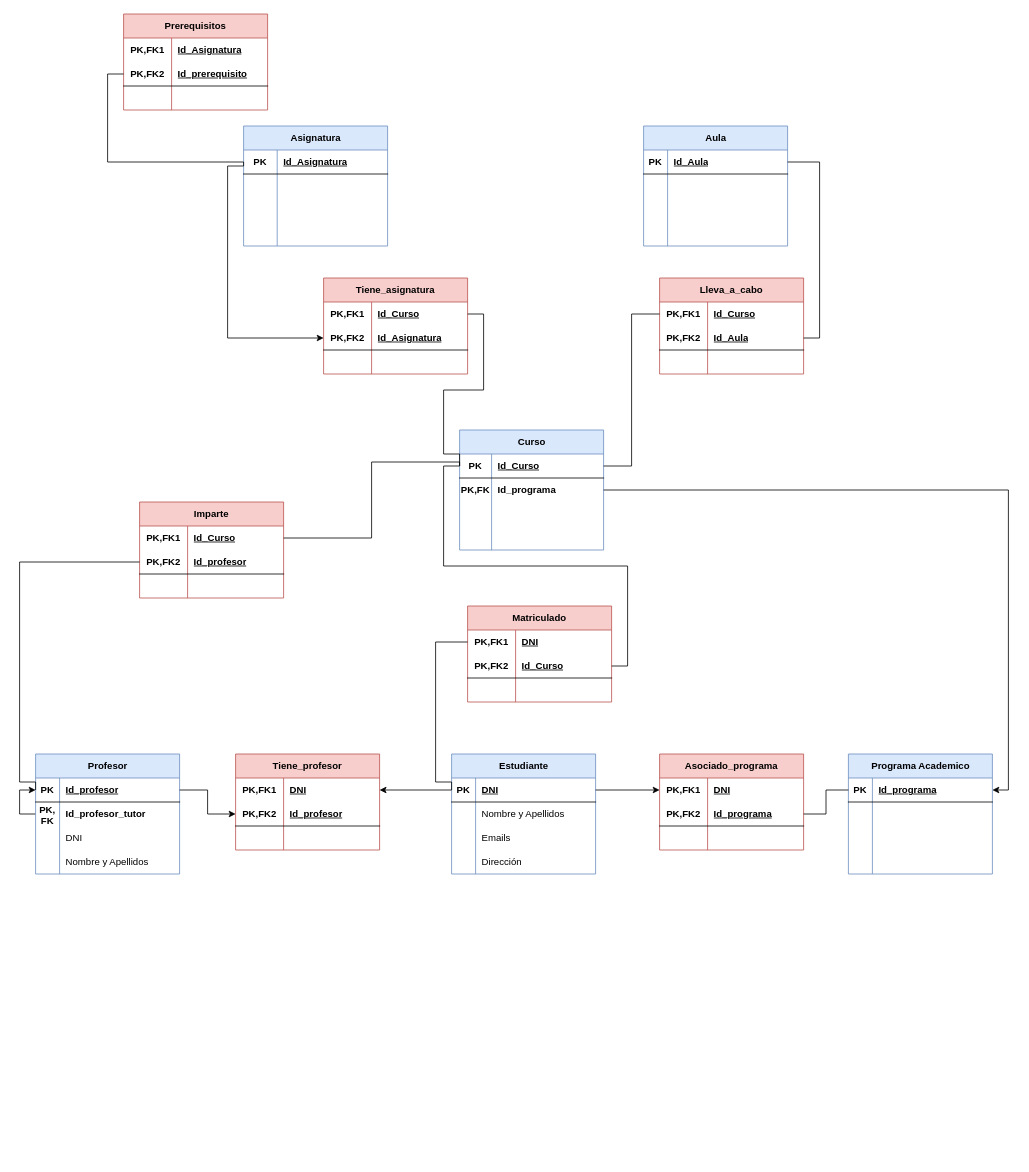
Earlier version of the draw.io diagram Unidad-1/modelo_relacional.drawio (jdrguez/2-Daw). Source tidied: cells renumbered, new cells numbered last; positions are measured from the earlier drawing's top-left corner, leaving out a move shared by most shapes. Both pictures are drawn from the tidied source at 80%, with x=0, y=0 at pixel (19, 14).
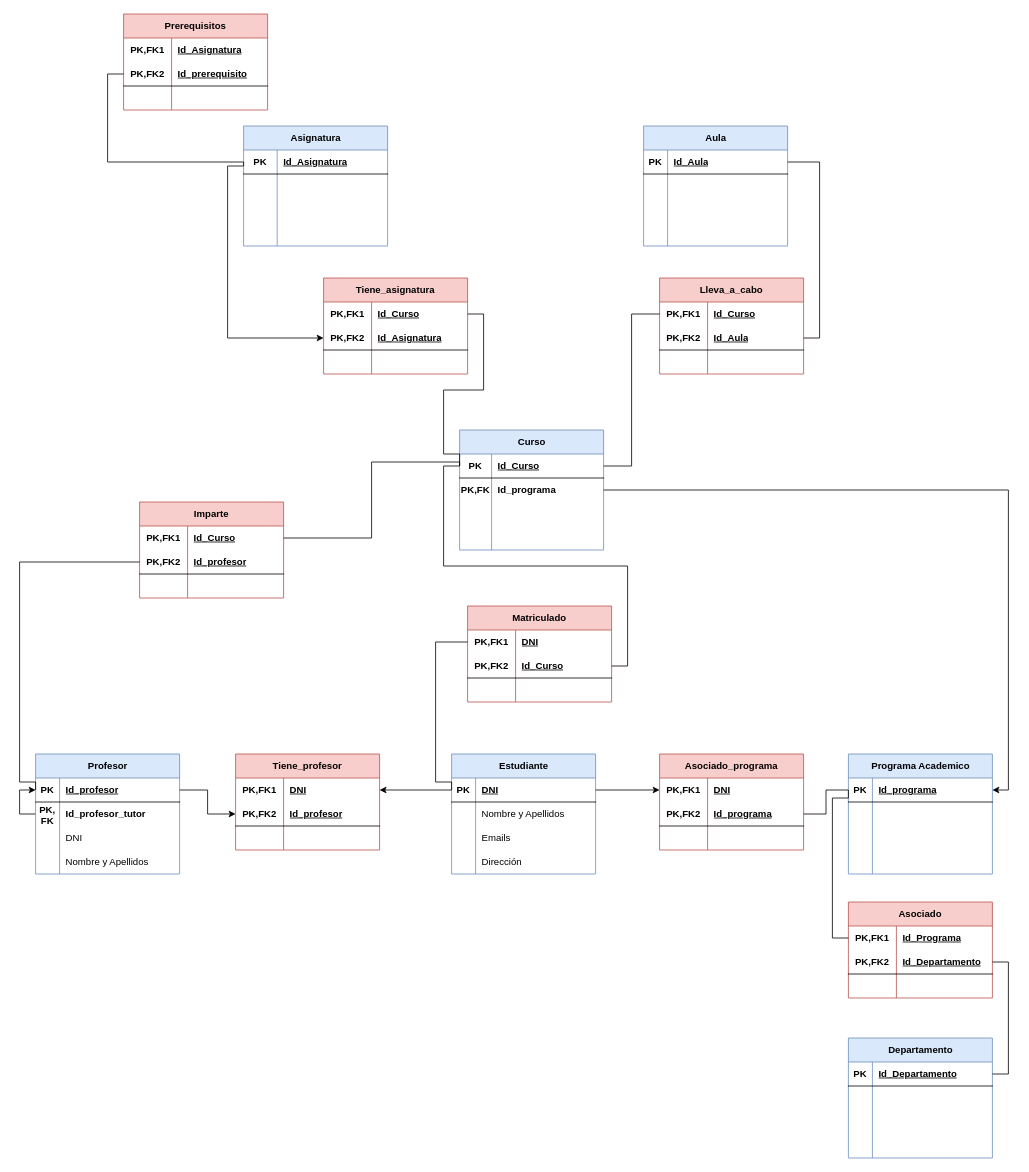
After the change.

Unchanged cells that the change refers to:
```xml
<mxCell id="42" style="shape=tableRow;horizontal=0;startSize=0;swimlaneHead=0;swimlaneBody=0;fillColor=none;points=[[0,0.5],[1,0.5]];portConstraint=eastwest;top=0;left=0;right=0;bottom=1;" parent="41" vertex="1">
  <mxGeometry y="30" width="180" height="30" as="geometry" />
</mxCell>
```

Change to the diagram source:
```diff
@@
+    <mxCell id="165" value="Departamento" style="shape=table;startSize=30;childLayout=tableLayout;rowLines=0;fontStyle=1;align=center;html=1;fillColor=#dae8fc;strokeColor=#6c8ebf;" parent="1" vertex="1">
+      <mxGeometry x="1036" y="1280" width="180" height="150" as="geometry" />
+    </mxCell>
+    <mxCell id="166" style="shape=tableRow;horizontal=0;startSize=0;swimlaneHead=0;swimlaneBody=0;fillColor=none;points=[[0,0.5],[1,0.5]];portConstraint=eastwest;top=0;left=0;right=0;bottom=1;" parent="165" vertex="1">
+      <mxGeometry y="30" width="180" height="30" as="geometry" />
+    </mxCell>
+    <mxCell id="167" value="PK" style="shape=partialRectangle;fillColor=none;top=0;left=0;bottom=0;right=0;fontStyle=1;overflow=hidden;whiteSpace=wrap;html=1;" parent="166" vertex="1">
+      <mxGeometry width="30" height="30" as="geometry" />
+    </mxCell>
+    <mxCell id="168" value="Id_Departamento" style="shape=partialRectangle;fillColor=none;top=0;left=0;bottom=0;right=0;align=left;spacingLeft=6;fontStyle=5;overflow=hidden;whiteSpace=wrap;html=1;" parent="166" vertex="1">
+      <mxGeometry x="30" width="150" height="30" as="geometry" />
+    </mxCell>
+    <mxCell id="169" style="shape=tableRow;horizontal=0;startSize=0;swimlaneHead=0;swimlaneBody=0;fillColor=none;top=0;left=0;right=0;bottom=0;" parent="165" vertex="1">
+      <mxGeometry y="60" width="180" height="30" as="geometry" />
+    </mxCell>
+    <mxCell id="170" style="shape=partialRectangle;fillColor=none;top=0;left=0;bottom=0;right=0;overflow=hidden;whiteSpace=wrap;html=1;" parent="169" vertex="1">
+      <mxGeometry width="30" height="30" as="geometry" />
+    </mxCell>
+    <mxCell id="171" style="shape=partialRectangle;fillColor=none;top=0;left=0;bottom=0;right=0;align=left;spacingLeft=6;overflow=hidden;whiteSpace=wrap;html=1;" parent="169" vertex="1">
+      <mxGeometry x="30" width="150" height="30" as="geometry" />
+    </mxCell>
+    <mxCell id="172" style="shape=tableRow;horizontal=0;startSize=0;swimlaneHead=0;swimlaneBody=0;fillColor=none;top=0;left=0;right=0;bottom=0;" parent="165" vertex="1">
+      <mxGeometry y="90" width="180" height="30" as="geometry" />
+    </mxCell>
+    <mxCell id="173" style="shape=partialRectangle;fillColor=none;top=0;left=0;bottom=0;right=0;overflow=hidden;whiteSpace=wrap;html=1;" parent="172" vertex="1">
+      <mxGeometry width="30" height="30" as="geometry" />
+    </mxCell>
+    <mxCell id="174" style="shape=partialRectangle;fillColor=none;top=0;left=0;bottom=0;right=0;align=left;spacingLeft=6;overflow=hidden;whiteSpace=wrap;html=1;" parent="172" vertex="1">
+      <mxGeometry x="30" width="150" height="30" as="geometry" />
+    </mxCell>
+    <mxCell id="175" style="shape=tableRow;horizontal=0;startSize=0;swimlaneHead=0;swimlaneBody=0;fillColor=none;top=0;left=0;right=0;bottom=0;" parent="165" vertex="1">
+      <mxGeometry y="120" width="180" height="30" as="geometry" />
+    </mxCell>
+    <mxCell id="176" style="shape=partialRectangle;fillColor=none;top=0;left=0;bottom=0;right=0;overflow=hidden;whiteSpace=wrap;html=1;" parent="175" vertex="1">
+      <mxGeometry width="30" height="30" as="geometry" />
+    </mxCell>
+    <mxCell id="177" style="shape=partialRectangle;fillColor=none;top=0;left=0;bottom=0;right=0;align=left;spacingLeft=6;overflow=hidden;whiteSpace=wrap;html=1;" parent="175" vertex="1">
+      <mxGeometry x="30" width="150" height="30" as="geometry" />
+    </mxCell>
+    <mxCell id="178" value="Asociado" style="shape=table;startSize=30;childLayout=tableLayout;rowLines=0;fontStyle=1;align=center;html=1;whiteSpace=wrap;fillColor=#f8cecc;strokeColor=#b85450;" parent="1" vertex="1">
+      <mxGeometry x="1036" y="1110" width="180" height="120" as="geometry" />
+    </mxCell>
+    <mxCell id="179" style="shape=tableRow;horizontal=0;startSize=0;swimlaneHead=0;swimlaneBody=0;fillColor=none;points=[[0,0.5],[1,0.5]];portConstraint=eastwest;top=0;left=0;right=0;bottom=0;html=1;" parent="178" vertex="1">
+      <mxGeometry y="30" width="180" height="30" as="geometry" />
+    </mxCell>
+    <mxCell id="180" value="PK,FK1" style="shape=partialRectangle;fillColor=none;top=0;left=0;bottom=0;right=0;fontStyle=1;overflow=hidden;html=1;whiteSpace=wrap;" parent="179" vertex="1">
+      <mxGeometry width="60" height="30" as="geometry" />
+    </mxCell>
+    <mxCell id="181" value="Id_Programa" style="shape=partialRectangle;fillColor=none;top=0;left=0;bottom=0;right=0;align=left;spacingLeft=6;fontStyle=5;overflow=hidden;html=1;whiteSpace=wrap;" parent="179" vertex="1">
+      <mxGeometry x="60" width="120" height="30" as="geometry" />
+    </mxCell>
+    <mxCell id="182" style="shape=tableRow;horizontal=0;startSize=0;swimlaneHead=0;swimlaneBody=0;fillColor=none;points=[[0,0.5],[1,0.5]];portConstraint=eastwest;top=0;left=0;right=0;bottom=1;html=1;" parent="178" vertex="1">
+      <mxGeometry y="60" width="180" height="30" as="geometry" />
+    </mxCell>
+    <mxCell id="183" value="PK,FK2" style="shape=partialRectangle;fillColor=none;top=0;left=0;bottom=0;right=0;fontStyle=1;overflow=hidden;html=1;whiteSpace=wrap;" parent="182" vertex="1">
+      <mxGeometry width="60" height="30" as="geometry" />
+    </mxCell>
+    <mxCell id="184" value="Id_Departamento" style="shape=partialRectangle;fillColor=none;top=0;left=0;bottom=0;right=0;align=left;spacingLeft=6;fontStyle=5;overflow=hidden;html=1;whiteSpace=wrap;" parent="182" vertex="1">
+      <mxGeometry x="60" width="120" height="30" as="geometry" />
+    </mxCell>
+    <mxCell id="185" style="shape=tableRow;horizontal=0;startSize=0;swimlaneHead=0;swimlaneBody=0;fillColor=none;top=0;left=0;right=0;bottom=0;html=1;" parent="178" vertex="1">
+      <mxGeometry y="90" width="180" height="30" as="geometry" />
+    </mxCell>
+    <mxCell id="186" style="shape=partialRectangle;fillColor=none;top=0;left=0;bottom=0;right=0;overflow=hidden;html=1;whiteSpace=wrap;" parent="185" vertex="1">
+      <mxGeometry width="60" height="30" as="geometry" />
+    </mxCell>
+    <mxCell id="187" style="shape=partialRectangle;fillColor=none;top=0;left=0;bottom=0;right=0;align=left;spacingLeft=6;overflow=hidden;html=1;whiteSpace=wrap;" parent="185" vertex="1">
+      <mxGeometry x="60" width="120" height="30" as="geometry" />
+    </mxCell>
+    <mxCell id="188" style="edgeStyle=orthogonalEdgeStyle;rounded=0;jettySize=auto;html=1;exitX=1;exitY=0.5;exitDx=0;exitDy=0;entryX=1;entryY=0.5;entryDx=0;entryDy=0;endArrow=none;endFill=0;" parent="1" edge="1" source="182" target="166">
+      <mxGeometry relative="1" as="geometry" />
+    </mxCell>
+    <mxCell id="189" style="edgeStyle=orthogonalEdgeStyle;rounded=0;jettySize=auto;html=1;exitX=0;exitY=0.5;exitDx=0;exitDy=0;entryX=0;entryY=0.5;entryDx=0;entryDy=0;endArrow=none;endFill=0;" parent="1" edge="1" source="179" target="42">
+      <mxGeometry relative="1" as="geometry">
+        <Array as="points">
+          <mxPoint x="1016" y="1155" />
+          <mxPoint x="1016" y="980" />
+          <mxPoint x="1036" y="980" />
+        </Array>
+      </mxGeometry>
+    </mxCell>
```
